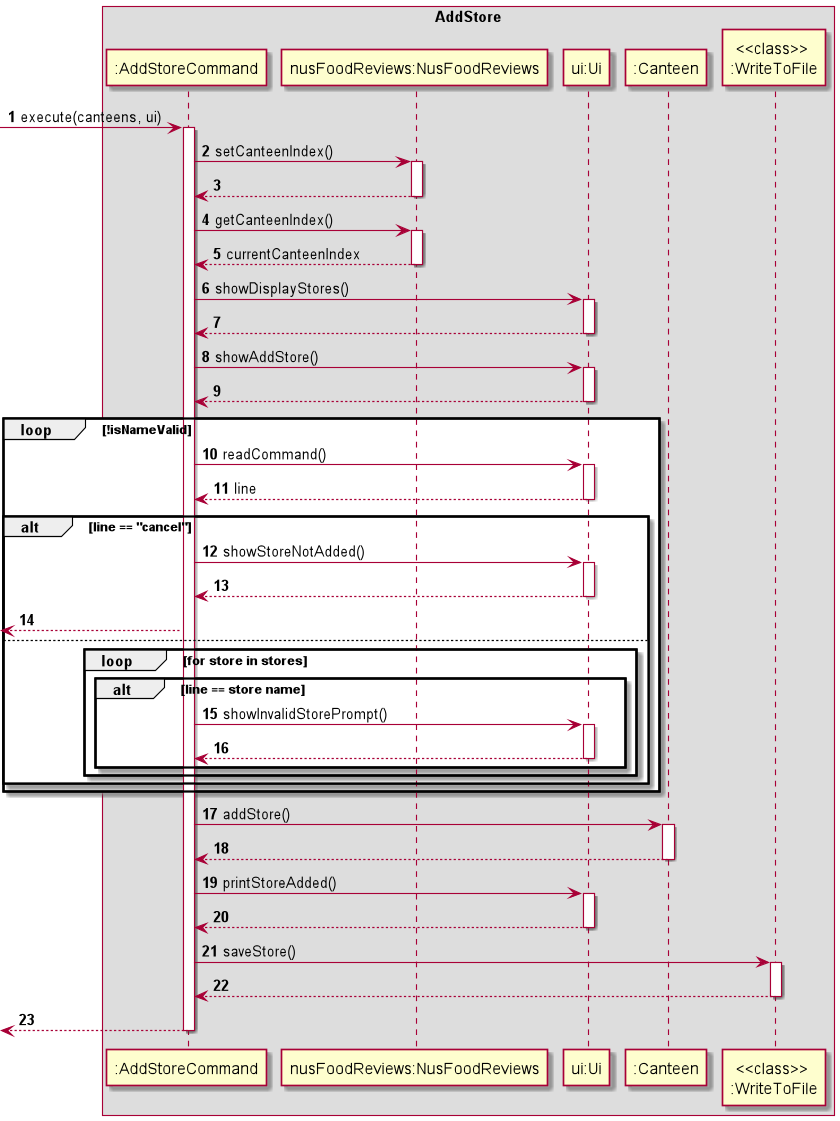
This is docs/img/AddStore.png from nagiteja/tp, a PlantUML export, as it was before one commit.
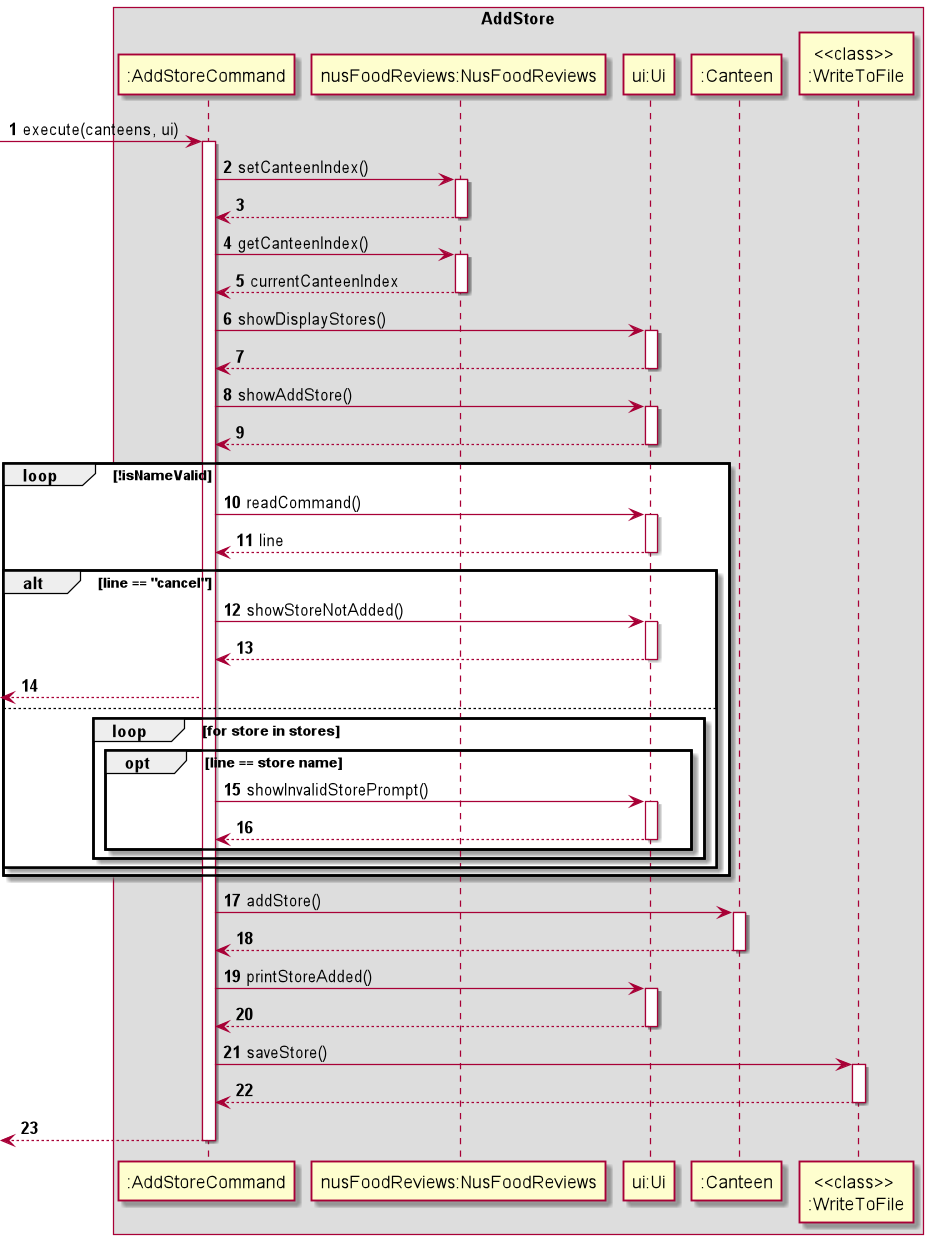
Later version of the same file.

The edit, as a diff of the source:
```diff
@@ -41,7 +41,7 @@
 
     else
         loop for store in stores
-            alt line == store name
+            opt line == store name
             ":AddStoreCommand" -> "ui:Ui" : showInvalidStorePrompt()
             activate "ui:Ui"
             "ui:Ui" --> ":AddStoreCommand"
```
